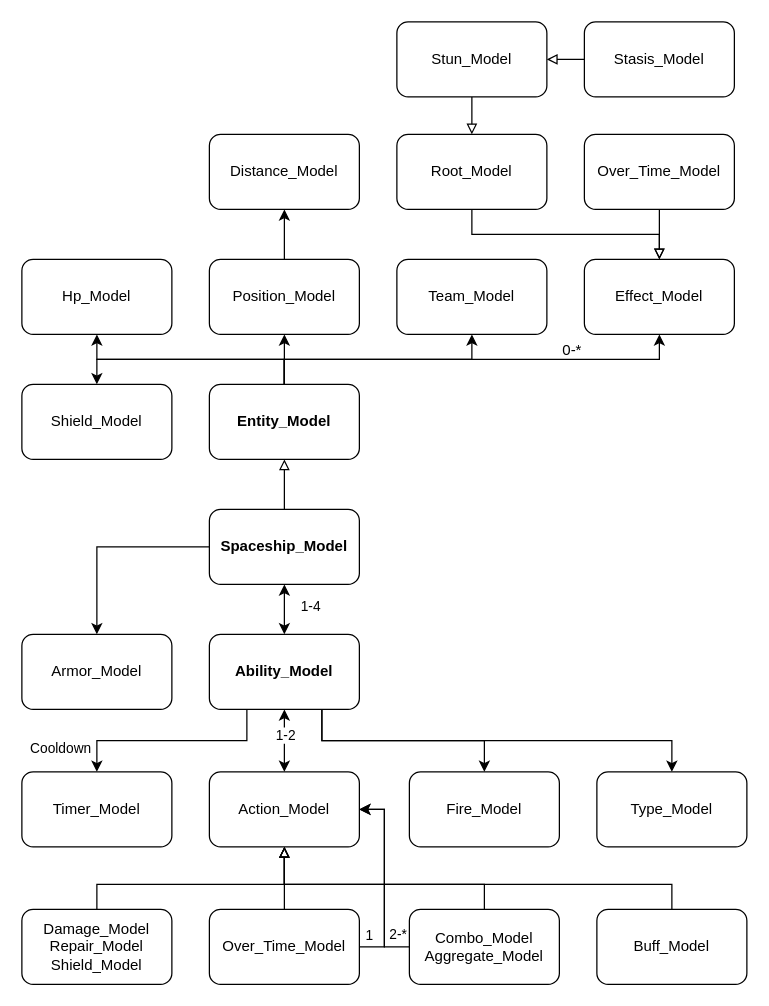
kipikipoddev/Godot_Tutorial keeps this draw.io diagram as Spaceship.drawio. Above is the earlier version. Source tidied: cells renumbered, new cells numbered last; positions are measured from the earlier drawing's top-left corner, leaving out a move shared by most shapes. Both pictures are drawn from the tidied source at 125%, with x=0, y=0 at pixel (21, 21).
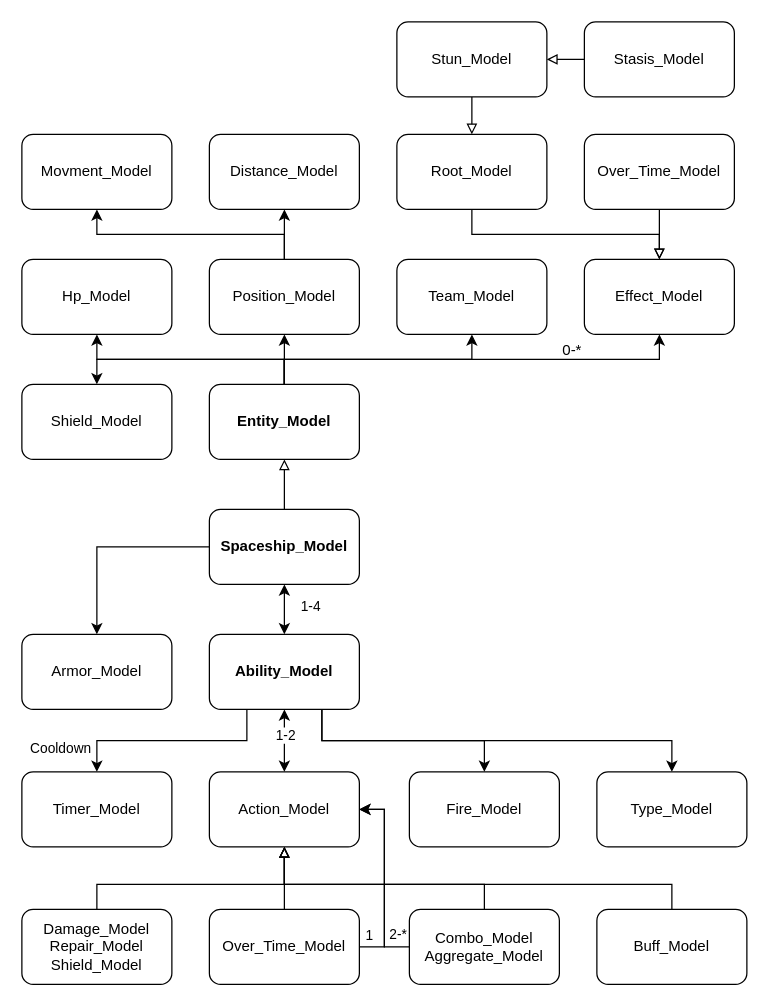
The same diagram, later.

Unchanged cells that the change refers to:
```xml
<mxCell id="15" value="Position_Model" style="rounded=1;whiteSpace=wrap;html=1;" parent="1" vertex="1">
  <mxGeometry x="150" y="190" width="120" height="60" as="geometry" />
</mxCell>
```

The edit, as a diff of the source:
```diff
@@
+    <mxCell id="53" style="edgeStyle=orthogonalEdgeStyle;rounded=0;jettySize=auto;html=1;exitX=0.5;exitY=0;exitDx=0;exitDy=0;entryX=0.5;entryY=1;entryDx=0;entryDy=0;" parent="1" edge="1" source="15" target="54">
+      <mxGeometry relative="1" as="geometry" />
+    </mxCell>
@@
+    <mxCell id="54" value="Movment_Model" style="rounded=1;whiteSpace=wrap;html=1;" parent="1" vertex="1">
+      <mxGeometry y="90" width="120" height="60" as="geometry" />
+    </mxCell>
```
